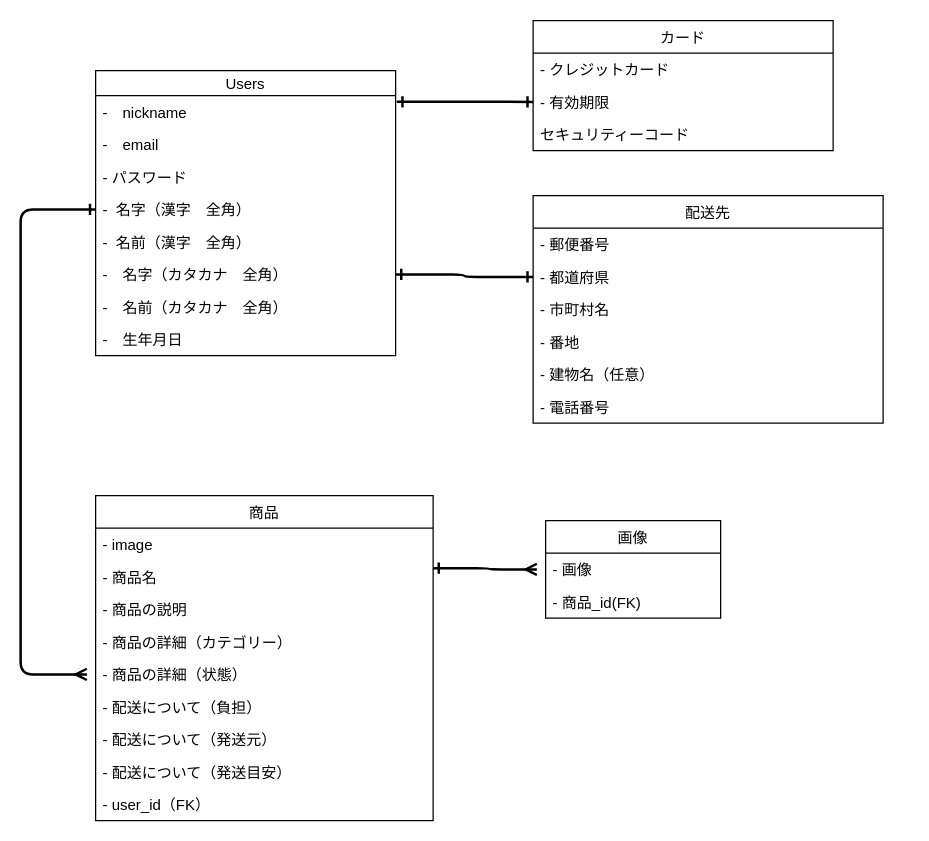
Before: furima_36079.dio in ayachuu/furima-36079, a draw.io diagram. Source tidied: cells renumbered, new cells numbered last; positions are measured from the earlier drawing's top-left corner, leaving out a move shared by most shapes. Both pictures are drawn from the tidied source at 125%, with x=0, y=0 at pixel (20, 20).
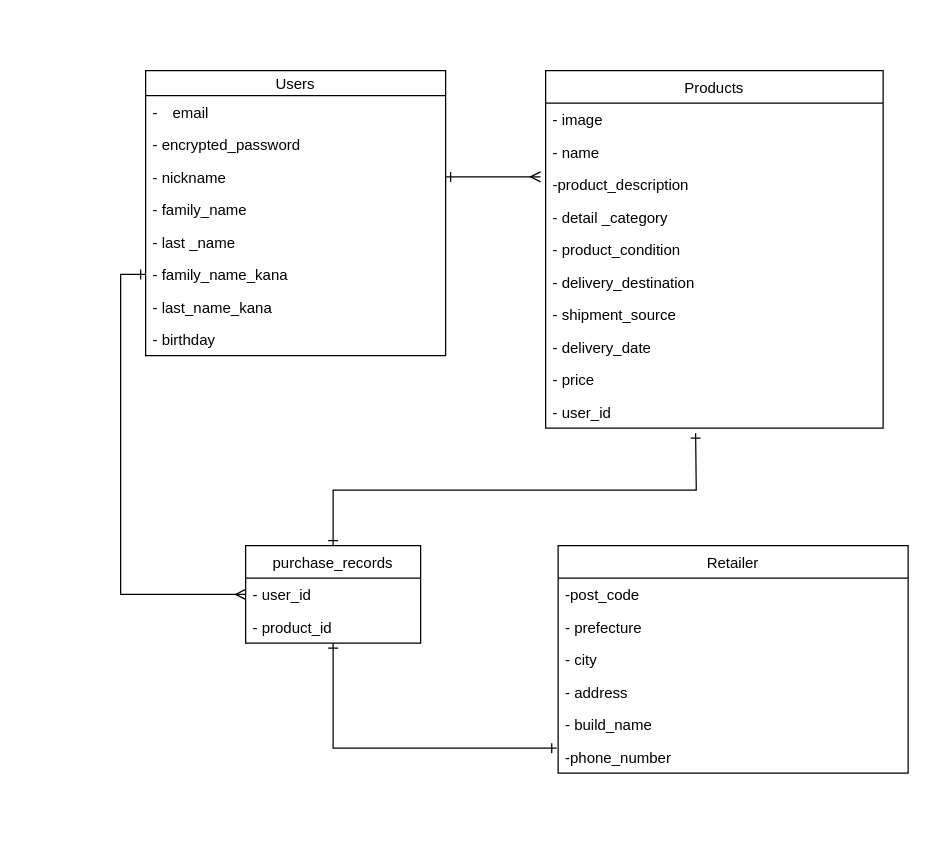
The same page after the edit.

Change to the diagram source:
```diff
@@
     <mxCell id="2" value="Users" style="swimlane;fontStyle=0;horizontal=1;startSize=20;rounded=0;sketch=0;" parent="1" vertex="1">
-      <mxGeometry x="60" y="40" width="240" height="228" as="geometry" />
+      <mxGeometry x="100" y="40" width="240" height="228" as="geometry" />
     </mxCell>
-    <mxCell id="3" value="-　nickname&#10;" style="text;strokeColor=none;fillColor=none;align=left;verticalAlign=top;spacingLeft=4;spacingRight=4;overflow=hidden;points=[[0,0.5],[1,0.5]];portConstraint=eastwest;" parent="2" vertex="1">
-      <mxGeometry y="20" width="240" height="26" as="geometry" />
-    </mxCell>
     <mxCell id="4" value="-　email" style="text;strokeColor=none;fillColor=none;align=left;verticalAlign=top;spacingLeft=4;spacingRight=4;overflow=hidden;" parent="2" vertex="1">
-      <mxGeometry y="46" width="240" height="26" as="geometry" />
+      <mxGeometry y="20" width="240" height="26" as="geometry" />
     </mxCell>
-    <mxCell id="5" value="- パスワード" style="text;strokeColor=none;fillColor=none;align=left;verticalAlign=top;spacingLeft=4;spacingRight=4;overflow=hidden;" parent="2" vertex="1">
-      <mxGeometry y="72" width="240" height="26" as="geometry" />
+    <mxCell id="5" value="- encrypted_password&#10;&#10;" style="text;strokeColor=none;fillColor=none;align=left;verticalAlign=top;spacingLeft=4;spacingRight=4;overflow=hidden;" parent="2" vertex="1">
+      <mxGeometry y="46" width="240" height="26" as="geometry" />
     </mxCell>
+    <mxCell id="3" value="- nickname" style="text;strokeColor=none;fillColor=none;align=left;verticalAlign=top;spacingLeft=4;spacingRight=4;overflow=hidden;points=[[0,0.5],[1,0.5]];portConstraint=eastwest;" parent="2" vertex="1">
+      <mxGeometry y="72" width="240" height="26" as="geometry" />
+    </mxCell>
-    <mxCell id="6" value="-  名字（漢字　全角）" style="text;strokeColor=none;fillColor=none;align=left;verticalAlign=top;spacingLeft=4;spacingRight=4;overflow=hidden;points=[[0,0.5],[1,0.5]];portConstraint=eastwest;" parent="2" vertex="1">
+    <mxCell id="6" value="- family_name" style="text;strokeColor=none;fillColor=none;align=left;verticalAlign=top;spacingLeft=4;spacingRight=4;overflow=hidden;points=[[0,0.5],[1,0.5]];portConstraint=eastwest;" parent="2" vertex="1">
       <mxGeometry y="98" width="240" height="26" as="geometry" />
     </mxCell>
-    <mxCell id="7" value="-  名前（漢字　全角）" style="text;strokeColor=none;fillColor=none;align=left;verticalAlign=top;spacingLeft=4;spacingRight=4;overflow=hidden;" parent="2" vertex="1">
+    <mxCell id="7" value="- last _name" style="text;strokeColor=none;fillColor=none;align=left;verticalAlign=top;spacingLeft=4;spacingRight=4;overflow=hidden;" parent="2" vertex="1">
       <mxGeometry y="124" width="240" height="26" as="geometry" />
     </mxCell>
-    <mxCell id="8" value="-　名字（カタカナ　全角）" style="text;strokeColor=none;fillColor=none;align=left;verticalAlign=top;spacingLeft=4;spacingRight=4;overflow=hidden;points=[[0,0.5],[1,0.5]];portConstraint=eastwest;" parent="2" vertex="1">
+    <mxCell id="8" value="- family_name_kana" style="text;strokeColor=none;fillColor=none;align=left;verticalAlign=top;spacingLeft=4;spacingRight=4;overflow=hidden;points=[[0,0.5],[1,0.5]];portConstraint=eastwest;" parent="2" vertex="1">
       <mxGeometry y="150" width="240" height="26" as="geometry" />
     </mxCell>
-    <mxCell id="9" value="-　名前（カタカナ　全角）" style="text;strokeColor=none;fillColor=none;align=left;verticalAlign=top;spacingLeft=4;spacingRight=4;overflow=hidden;" parent="2" vertex="1">
+    <mxCell id="9" value="- last_name_kana" style="text;strokeColor=none;fillColor=none;align=left;verticalAlign=top;spacingLeft=4;spacingRight=4;overflow=hidden;" parent="2" vertex="1">
       <mxGeometry y="176" width="240" height="26" as="geometry" />
     </mxCell>
-    <mxCell id="10" value="-　生年月日" style="text;strokeColor=none;fillColor=none;align=left;verticalAlign=top;spacingLeft=4;spacingRight=4;overflow=hidden;" parent="2" vertex="1">
+    <mxCell id="10" value="- birthday" style="text;strokeColor=none;fillColor=none;align=left;verticalAlign=top;spacingLeft=4;spacingRight=4;overflow=hidden;" parent="2" vertex="1">
       <mxGeometry y="202" width="240" height="26" as="geometry" />
     </mxCell>
-    <mxCell id="11" value="商品" style="swimlane;fontStyle=0;horizontal=1;startSize=26;rounded=0;sketch=0;" parent="1" vertex="1">
-      <mxGeometry x="60" y="380" width="270" height="260" as="geometry" />
+    <mxCell id="11" value="Products" style="swimlane;fontStyle=0;horizontal=1;startSize=26;rounded=0;sketch=0;" parent="1" vertex="1">
+      <mxGeometry x="420" y="40" width="270" height="286" as="geometry" />
     </mxCell>
@@
-    <mxCell id="13" value="- 商品名" style="text;strokeColor=none;fillColor=none;align=left;verticalAlign=top;spacingLeft=4;spacingRight=4;overflow=hidden;points=[[0,0.5],[1,0.5]];portConstraint=eastwest;" parent="11" vertex="1">
+    <mxCell id="13" value="- name" style="text;strokeColor=none;fillColor=none;align=left;verticalAlign=top;spacingLeft=4;spacingRight=4;overflow=hidden;points=[[0,0.5],[1,0.5]];portConstraint=eastwest;" parent="11" vertex="1">
       <mxGeometry y="52" width="270" height="26" as="geometry" />
     </mxCell>
-    <mxCell id="14" value="- 商品の説明" style="text;strokeColor=none;fillColor=none;align=left;verticalAlign=top;spacingLeft=4;spacingRight=4;overflow=hidden;points=[[0,0.5],[1,0.5]];portConstraint=eastwest;" parent="11" vertex="1">
+    <mxCell id="14" value="-product_description" style="text;strokeColor=none;fillColor=none;align=left;verticalAlign=top;spacingLeft=4;spacingRight=4;overflow=hidden;points=[[0,0.5],[1,0.5]];portConstraint=eastwest;" parent="11" vertex="1">
       <mxGeometry y="78" width="270" height="26" as="geometry" />
     </mxCell>
-    <mxCell id="15" value="- 商品の詳細（カテゴリー）" style="text;strokeColor=none;fillColor=none;align=left;verticalAlign=top;spacingLeft=4;spacingRight=4;overflow=hidden;" parent="11" vertex="1">
+    <mxCell id="15" value="- detail _category" style="text;strokeColor=none;fillColor=none;align=left;verticalAlign=top;spacingLeft=4;spacingRight=4;overflow=hidden;" parent="11" vertex="1">
       <mxGeometry y="104" width="270" height="26" as="geometry" />
     </mxCell>
-    <mxCell id="16" value="- 商品の詳細（状態）" style="text;strokeColor=none;fillColor=none;align=left;verticalAlign=top;spacingLeft=4;spacingRight=4;overflow=hidden;points=[[0,0.5],[1,0.5]];portConstraint=eastwest;" parent="11" vertex="1">
-      <mxGeometry y="130" width="270" height="26" as="geometry" />
-    </mxCell>
-    <mxCell id="17" value="- 配送について（負担）&#10;" style="text;strokeColor=none;fillColor=none;align=left;verticalAlign=top;spacingLeft=4;spacingRight=4;overflow=hidden;" parent="11" vertex="1">
-      <mxGeometry y="156" width="270" height="26" as="geometry" />
+    <mxCell id="17" value="- product_condition" style="text;strokeColor=none;fillColor=none;align=left;verticalAlign=top;spacingLeft=4;spacingRight=4;overflow=hidden;" parent="11" vertex="1">
+      <mxGeometry y="130" width="270" height="26" as="geometry" />
     </mxCell>
-    <mxCell id="18" value="- 配送について（発送元）&#10;" style="text;strokeColor=none;fillColor=none;align=left;verticalAlign=top;spacingLeft=4;spacingRight=4;overflow=hidden;" parent="11" vertex="1">
-      <mxGeometry y="182" width="270" height="26" as="geometry" />
+    <mxCell id="18" value="- delivery_destination" style="text;strokeColor=none;fillColor=none;align=left;verticalAlign=top;spacingLeft=4;spacingRight=4;overflow=hidden;" parent="11" vertex="1">
+      <mxGeometry y="156" width="270" height="26" as="geometry" />
     </mxCell>
+    <mxCell id="39" value="- shipment_source" style="text;strokeColor=none;fillColor=none;align=left;verticalAlign=top;spacingLeft=4;spacingRight=4;overflow=hidden;" parent="11" vertex="1">
+      <mxGeometry y="182" width="270" height="26" as="geometry" />
+    </mxCell>
-    <mxCell id="19" value="- 配送について（発送目安）&#10;" style="text;strokeColor=none;fillColor=none;align=left;verticalAlign=top;spacingLeft=4;spacingRight=4;overflow=hidden;" parent="11" vertex="1">
+    <mxCell id="19" value="- delivery_date" style="text;strokeColor=none;fillColor=none;align=left;verticalAlign=top;spacingLeft=4;spacingRight=4;overflow=hidden;" parent="11" vertex="1">
       <mxGeometry y="208" width="270" height="26" as="geometry" />
     </mxCell>
+    <mxCell id="40" value="- price" style="text;strokeColor=none;fillColor=none;align=left;verticalAlign=top;spacingLeft=4;spacingRight=4;overflow=hidden;" parent="11" vertex="1">
+      <mxGeometry y="234" width="270" height="26" as="geometry" />
+    </mxCell>
-    <mxCell id="20" value="- user_id（FK）&#10;" style="text;strokeColor=none;fillColor=none;align=left;verticalAlign=top;spacingLeft=4;spacingRight=4;overflow=hidden;" parent="11" vertex="1">
-      <mxGeometry y="234" width="270" height="26" as="geometry" />
+    <mxCell id="20" value="- user_id&#10;" style="text;strokeColor=none;fillColor=none;align=left;verticalAlign=top;spacingLeft=4;spacingRight=4;overflow=hidden;" parent="11" vertex="1">
+      <mxGeometry y="260" width="270" height="26" as="geometry" />
     </mxCell>
-    <mxCell id="21" value="配送先" style="swimlane;fontStyle=0;horizontal=1;startSize=26;rounded=0;sketch=0;" parent="1" vertex="1">
-      <mxGeometry x="410" y="140" width="280" height="182" as="geometry" />
+    <mxCell id="21" value="Retailer" style="swimlane;fontStyle=0;horizontal=1;startSize=26;rounded=0;sketch=0;" parent="1" vertex="1">
+      <mxGeometry x="430" y="420" width="280" height="182" as="geometry" />
     </mxCell>
-    <mxCell id="22" value="- 郵便番号" style="text;strokeColor=none;fillColor=none;align=left;verticalAlign=top;spacingLeft=4;spacingRight=4;overflow=hidden;" parent="21" vertex="1">
+    <mxCell id="22" value="-post_code" style="text;strokeColor=none;fillColor=none;align=left;verticalAlign=top;spacingLeft=4;spacingRight=4;overflow=hidden;" parent="21" vertex="1">
       <mxGeometry y="26" width="280" height="26" as="geometry" />
     </mxCell>
-    <mxCell id="23" value="- 都道府県" style="text;strokeColor=none;fillColor=none;align=left;verticalAlign=top;spacingLeft=4;spacingRight=4;overflow=hidden;points=[[0,0.5],[1,0.5]];portConstraint=eastwest;" parent="21" vertex="1">
+    <mxCell id="23" value="- prefecture" style="text;strokeColor=none;fillColor=none;align=left;verticalAlign=top;spacingLeft=4;spacingRight=4;overflow=hidden;points=[[0,0.5],[1,0.5]];portConstraint=eastwest;" parent="21" vertex="1">
       <mxGeometry y="52" width="280" height="26" as="geometry" />
     </mxCell>
-    <mxCell id="24" value="- 市町村名&#10;" style="text;strokeColor=none;fillColor=none;align=left;verticalAlign=top;spacingLeft=4;spacingRight=4;overflow=hidden;" parent="21" vertex="1">
+    <mxCell id="24" value="- city" style="text;strokeColor=none;fillColor=none;align=left;verticalAlign=top;spacingLeft=4;spacingRight=4;overflow=hidden;" parent="21" vertex="1">
       <mxGeometry y="78" width="280" height="26" as="geometry" />
     </mxCell>
-    <mxCell id="25" value="- 番地" style="text;strokeColor=none;fillColor=none;align=left;verticalAlign=top;spacingLeft=4;spacingRight=4;overflow=hidden;" parent="21" vertex="1">
+    <mxCell id="25" value="- address" style="text;strokeColor=none;fillColor=none;align=left;verticalAlign=top;spacingLeft=4;spacingRight=4;overflow=hidden;" parent="21" vertex="1">
       <mxGeometry y="104" width="280" height="26" as="geometry" />
     </mxCell>
-    <mxCell id="26" value="- 建物名（任意）&#10;" style="text;strokeColor=none;fillColor=none;align=left;verticalAlign=top;spacingLeft=4;spacingRight=4;overflow=hidden;" parent="21" vertex="1">
+    <mxCell id="26" value="- build_name" style="text;strokeColor=none;fillColor=none;align=left;verticalAlign=top;spacingLeft=4;spacingRight=4;overflow=hidden;" parent="21" vertex="1">
       <mxGeometry y="130" width="280" height="26" as="geometry" />
     </mxCell>
-    <mxCell id="27" value="- 電話番号&#10;" style="text;strokeColor=none;fillColor=none;align=left;verticalAlign=top;spacingLeft=4;spacingRight=4;overflow=hidden;points=[[0,0.5],[1,0.5]];portConstraint=eastwest;" parent="21" vertex="1">
+    <mxCell id="27" value="-phone_number" style="text;strokeColor=none;fillColor=none;align=left;verticalAlign=top;spacingLeft=4;spacingRight=4;overflow=hidden;points=[[0,0.5],[1,0.5]];portConstraint=eastwest;" parent="21" vertex="1">
       <mxGeometry y="156" width="280" height="26" as="geometry" />
     </mxCell>
-    <mxCell id="28" value="カード" style="swimlane;fontStyle=0;horizontal=1;startSize=26;rounded=0;sketch=0;" parent="1" vertex="1">
-      <mxGeometry x="410" width="240" height="104" as="geometry" />
-    </mxCell>
-    <mxCell id="29" value="- クレジットカード" style="text;strokeColor=none;fillColor=none;align=left;verticalAlign=top;spacingLeft=4;spacingRight=4;overflow=hidden;" parent="28" vertex="1">
-      <mxGeometry y="26" width="240" height="26" as="geometry" />
-    </mxCell>
-    <mxCell id="30" value="- 有効期限" style="text;strokeColor=none;fillColor=none;align=left;verticalAlign=top;spacingLeft=4;spacingRight=4;overflow=hidden;points=[[0,0.5],[1,0.5]];portConstraint=eastwest;" parent="28" vertex="1">
-      <mxGeometry y="52" width="240" height="26" as="geometry" />
-    </mxCell>
-    <mxCell id="31" value="セキュリティーコード" style="text;strokeColor=none;fillColor=none;align=left;verticalAlign=top;spacingLeft=4;spacingRight=4;overflow=hidden;" parent="28" vertex="1">
-      <mxGeometry y="78" width="240" height="26" as="geometry" />
-    </mxCell>
-    <mxCell id="32" style="edgeStyle=orthogonalEdgeStyle;curved=0;rounded=1;sketch=0;jumpSize=21;jettySize=auto;html=1;exitX=0;exitY=0.5;exitDx=0;exitDy=0;startArrow=ERone;startFill=0;endArrow=ERmany;endFill=0;targetPerimeterSpacing=7;strokeWidth=2;" parent="1" edge="1" source="6" target="16">
-      <mxGeometry relative="1" as="geometry">
-        <Array as="points">
-          <mxPoint y="151" />
-          <mxPoint y="523" />
-        </Array>
-      </mxGeometry>
-    </mxCell>
-    <mxCell id="33" style="edgeStyle=orthogonalEdgeStyle;curved=0;rounded=1;sketch=0;jumpSize=21;jettySize=auto;html=1;exitX=0;exitY=0.5;exitDx=0;exitDy=0;entryX=1.004;entryY=0.192;entryDx=0;entryDy=0;entryPerimeter=0;startArrow=ERone;startFill=0;endArrow=ERone;endFill=0;targetPerimeterSpacing=7;strokeWidth=2;" parent="1" edge="1" source="30" target="3">
-      <mxGeometry relative="1" as="geometry" />
-    </mxCell>
-    <mxCell id="34" style="edgeStyle=orthogonalEdgeStyle;curved=0;rounded=1;sketch=0;jumpSize=21;jettySize=auto;html=1;exitX=1;exitY=0.5;exitDx=0;exitDy=0;entryX=0;entryY=0.5;entryDx=0;entryDy=0;startArrow=ERone;startFill=0;endArrow=ERone;endFill=0;targetPerimeterSpacing=7;strokeWidth=2;" parent="1" edge="1" source="8" target="23">
-      <mxGeometry relative="1" as="geometry" />
-    </mxCell>
-    <mxCell id="35" value="画像" style="swimlane;fontStyle=0;horizontal=1;startSize=26;rounded=0;sketch=0;" parent="1" vertex="1">
-      <mxGeometry x="420" y="400" width="140" height="78" as="geometry" />
-    </mxCell>
-    <mxCell id="36" value="- 画像" style="text;strokeColor=none;fillColor=none;align=left;verticalAlign=top;spacingLeft=4;spacingRight=4;overflow=hidden;points=[[0,0.5],[1,0.5]];portConstraint=eastwest;" parent="35" vertex="1">
-      <mxGeometry y="26" width="140" height="26" as="geometry" />
-    </mxCell>
-    <mxCell id="37" value="- 商品_id(FK)" style="text;strokeColor=none;fillColor=none;align=left;verticalAlign=top;spacingLeft=4;spacingRight=4;overflow=hidden;" parent="35" vertex="1">
-      <mxGeometry y="52" width="140" height="26" as="geometry" />
-    </mxCell>
-    <mxCell id="38" style="edgeStyle=orthogonalEdgeStyle;curved=0;rounded=1;sketch=0;jumpSize=21;jettySize=auto;html=1;exitX=1;exitY=0.231;exitDx=0;exitDy=0;startArrow=ERone;startFill=0;endArrow=ERmany;endFill=0;targetPerimeterSpacing=7;strokeWidth=2;exitPerimeter=0;" parent="1" edge="1" source="13" target="36">
-      <mxGeometry relative="1" as="geometry" />
-    </mxCell>
+    <mxCell id="41" style="edgeStyle=orthogonalEdgeStyle;rounded=0;jettySize=auto;html=1;exitX=1;exitY=0.5;exitDx=0;exitDy=0;entryX=-0.015;entryY=0.269;entryDx=0;entryDy=0;entryPerimeter=0;startArrow=ERone;startFill=0;endArrow=ERmany;endFill=0;" parent="1" edge="1" source="3" target="14">
+      <mxGeometry relative="1" as="geometry" />
+    </mxCell>
+    <mxCell id="42" style="edgeStyle=orthogonalEdgeStyle;rounded=0;jettySize=auto;html=1;entryX=-0.004;entryY=0.231;entryDx=0;entryDy=0;entryPerimeter=0;startArrow=ERone;startFill=0;endArrow=ERone;endFill=0;" parent="1" edge="1" source="44" target="27">
+      <mxGeometry relative="1" as="geometry" />
+    </mxCell>
+    <mxCell id="43" style="edgeStyle=orthogonalEdgeStyle;rounded=0;jettySize=auto;html=1;exitX=0.5;exitY=0;exitDx=0;exitDy=0;startArrow=ERone;startFill=0;endArrow=ERone;endFill=0;" parent="1" edge="1" source="44">
+      <mxGeometry relative="1" as="geometry">
+        <mxPoint x="540" y="330" as="targetPoint" />
+      </mxGeometry>
+    </mxCell>
+    <mxCell id="44" value="purchase_records" style="swimlane;fontStyle=0;horizontal=1;startSize=26;" parent="1" vertex="1">
+      <mxGeometry x="180" y="420" width="140" height="78" as="geometry" />
+    </mxCell>
+    <mxCell id="45" value="- user_id" style="text;strokeColor=none;fillColor=none;align=left;verticalAlign=top;spacingLeft=4;spacingRight=4;overflow=hidden;points=[[0,0.5],[1,0.5]];portConstraint=eastwest;" parent="44" vertex="1">
+      <mxGeometry y="26" width="140" height="26" as="geometry" />
+    </mxCell>
+    <mxCell id="46" value="- product_id" style="text;strokeColor=none;fillColor=none;align=left;verticalAlign=top;spacingLeft=4;spacingRight=4;overflow=hidden;" parent="44" vertex="1">
+      <mxGeometry y="52" width="140" height="26" as="geometry" />
+    </mxCell>
+    <mxCell id="47" style="edgeStyle=orthogonalEdgeStyle;rounded=0;jettySize=auto;html=1;exitX=0;exitY=0.5;exitDx=0;exitDy=0;startArrow=ERone;startFill=0;endArrow=ERmany;endFill=0;" parent="1" edge="1" source="8" target="45">
+      <mxGeometry relative="1" as="geometry" />
+    </mxCell>
```
